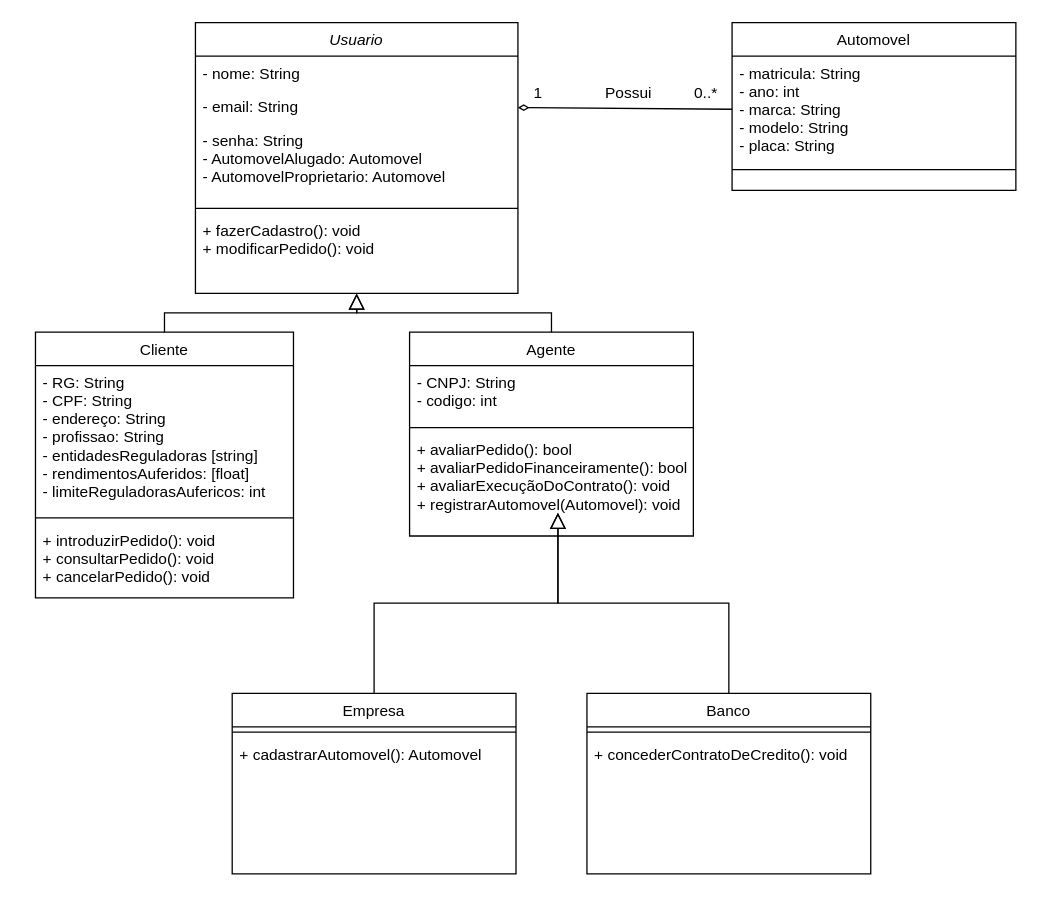
Above: projeto/draw.io/Cópia do Diagrama de classes.drawio in Gab-HSP/laboratorio-2 (draw.io), before the change. Source tidied: cells renumbered, new cells numbered last; positions are measured from the earlier drawing's top-left corner, leaving out a move shared by most shapes. Both pictures are drawn from the tidied source at 129%, with x=0, y=0 at pixel (35, 22).
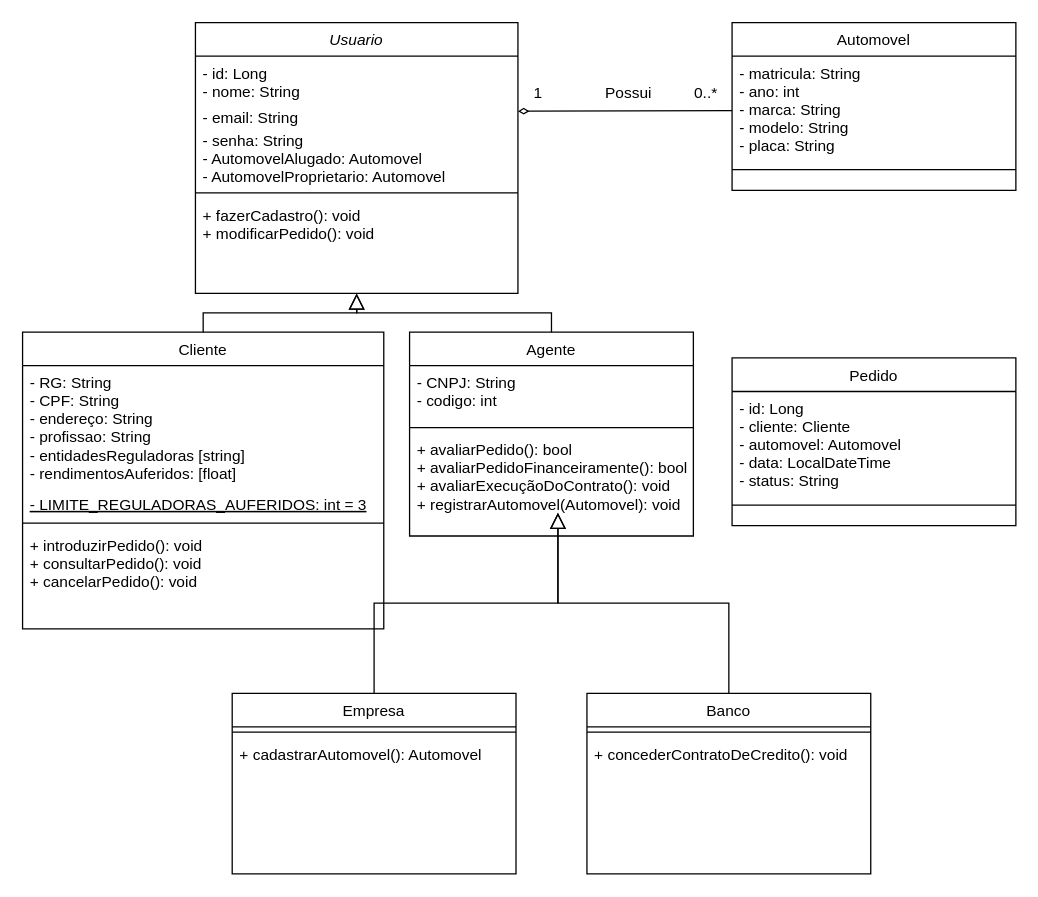
The same diagram, later.

Commit message (it also covers changes not shown here):
atualizando diagrama de classes

The change refers to these unchanged cells:
```xml
<mxCell id="2" value="Usuario" style="swimlane;fontStyle=2;align=center;verticalAlign=top;horizontal=1;startSize=26;rounded=0;shadow=0;strokeWidth=1;" parent="1" vertex="1">
  <mxGeometry x="124" width="250" height="210" as="geometry" />
</mxCell>
```

Diff of the diagram source:
```diff
@@
-    <mxCell id="3" value="- nome: String" style="text;align=left;verticalAlign=top;spacingLeft=4;spacingRight=4;overflow=hidden;" parent="2" vertex="1">
-      <mxGeometry y="26" width="250" height="26" as="geometry" />
+    <mxCell id="3" value="- id: Long&#10;- nome: String" style="text;align=left;verticalAlign=top;spacingLeft=4;spacingRight=4;overflow=hidden;" parent="2" vertex="1">
+      <mxGeometry y="26" width="250" height="34" as="geometry" />
     </mxCell>
     <mxCell id="4" value="- email: String" style="text;align=left;verticalAlign=top;spacingLeft=4;spacingRight=4;overflow=hidden;points=[[0,0.5],[1,0.5]];portConstraint=eastwest;rounded=0;shadow=0;html=0;" parent="2" vertex="1">
-      <mxGeometry y="52" width="250" height="26" as="geometry" />
+      <mxGeometry y="60" width="250" height="18" as="geometry" />
     </mxCell>
     <mxCell id="5" value="- senha: String&#10;- AutomovelAlugado: Automovel&#10;- AutomovelProprietario: Automovel" style="text;align=left;verticalAlign=top;spacingLeft=4;spacingRight=4;overflow=hidden;rounded=0;shadow=0;html=0;" parent="2" vertex="1">
-      <mxGeometry y="78" width="250" height="62" as="geometry" />
+      <mxGeometry y="78" width="250" height="50" as="geometry" />
     </mxCell>
     <mxCell id="6" style="line;html=1;strokeWidth=1;align=left;verticalAlign=middle;spacingTop=-1;spacingLeft=3;spacingRight=3;labelPosition=right;" parent="2" vertex="1">
-      <mxGeometry y="140" width="250" height="8" as="geometry" />
+      <mxGeometry y="128" width="250" height="8" as="geometry" />
     </mxCell>
     <mxCell id="7" value="+ fazerCadastro(): void&#10;+ modificarPedido(): void&#10;" style="text;align=left;verticalAlign=top;spacingLeft=4;spacingRight=4;overflow=hidden;" parent="2" vertex="1">
-      <mxGeometry y="148" width="250" height="62" as="geometry" />
+      <mxGeometry y="136" width="250" height="62" as="geometry" />
     </mxCell>
     <mxCell id="8" value="Cliente" style="swimlane;fontStyle=0;align=center;verticalAlign=top;horizontal=1;startSize=26;rounded=0;shadow=0;strokeWidth=1;" parent="1" vertex="1">
-      <mxGeometry y="240" width="200" height="206" as="geometry" />
+      <mxGeometry x="-10" y="240" width="280" height="230" as="geometry" />
     </mxCell>
-    <mxCell id="9" value="- RG: String&#10;- CPF: String&#10;- endereço: String&#10;- profissao: String&#10;- entidadesReguladoras [string]&#10;- rendimentosAuferidos: [float]&#10;- limiteReguladorasAufericos: int" style="text;align=left;verticalAlign=top;spacingLeft=4;spacingRight=4;overflow=hidden;rounded=0;shadow=0;html=0;" parent="8" vertex="1">
-      <mxGeometry y="26" width="200" height="114" as="geometry" />
+    <mxCell id="9" value="- RG: String&#10;- CPF: String&#10;- endereço: String&#10;- profissao: String&#10;- entidadesReguladoras [string]&#10;- rendimentosAuferidos: [float]" style="text;align=left;verticalAlign=top;spacingLeft=4;spacingRight=4;overflow=hidden;rounded=0;shadow=0;html=0;" parent="8" vertex="1">
+      <mxGeometry y="26" width="280" height="94" as="geometry" />
     </mxCell>
+    <mxCell id="34" value="- LIMITE_REGULADORAS_AUFERIDOS: int = 3" style="text;align=left;verticalAlign=top;spacingLeft=4;spacingRight=4;overflow=hidden;rounded=0;shadow=0;html=0;fontStyle=4;" parent="8" vertex="1">
+      <mxGeometry y="120" width="280" height="24" as="geometry" />
+    </mxCell>
     <mxCell id="10" style="line;html=1;strokeWidth=1;align=left;verticalAlign=middle;spacingTop=-1;spacingLeft=3;spacingRight=3;labelPosition=right;" parent="8" vertex="1">
-      <mxGeometry y="140" width="200" height="8" as="geometry" />
+      <mxGeometry y="144" width="280" height="8" as="geometry" />
     </mxCell>
     <mxCell id="11" value="+ introduzirPedido(): void&#10;+ consultarPedido(): void&#10;+ cancelarPedido(): void" style="text;align=left;verticalAlign=top;spacingLeft=4;spacingRight=4;overflow=hidden;" parent="8" vertex="1">
-      <mxGeometry y="148" width="200" height="58" as="geometry" />
+      <mxGeometry y="152" width="280" height="58" as="geometry" />
     </mxCell>
@@
+    <mxCell id="35" value="Pedido" style="swimlane;fontStyle=0;align=center;verticalAlign=top;horizontal=1;startSize=26;rounded=0;shadow=0;strokeWidth=1;" parent="1" vertex="1">
+      <mxGeometry x="540" y="260" width="220" height="130" as="geometry" />
+    </mxCell>
+    <mxCell id="36" value="- id: Long&#10;- cliente: Cliente&#10;- automovel: Automovel&#10;- data: LocalDateTime&#10;- status: String" style="text;align=left;verticalAlign=top;spacingLeft=4;spacingRight=4;overflow=hidden;" parent="35" vertex="1">
+      <mxGeometry y="26" width="220" height="84" as="geometry" />
+    </mxCell>
+    <mxCell id="37" style="line;html=1;strokeWidth=1;align=left;verticalAlign=middle;spacingTop=-1;spacingLeft=3;spacingRight=3;labelPosition=right;" parent="35" vertex="1">
+      <mxGeometry y="110" width="220" height="8" as="geometry" />
+    </mxCell>
+    <mxCell id="38" value="&#10;" style="text;align=left;verticalAlign=top;spacingLeft=4;spacingRight=4;overflow=hidden;" parent="35" vertex="1">
+      <mxGeometry y="118" width="220" height="12" as="geometry" />
+    </mxCell>
```
